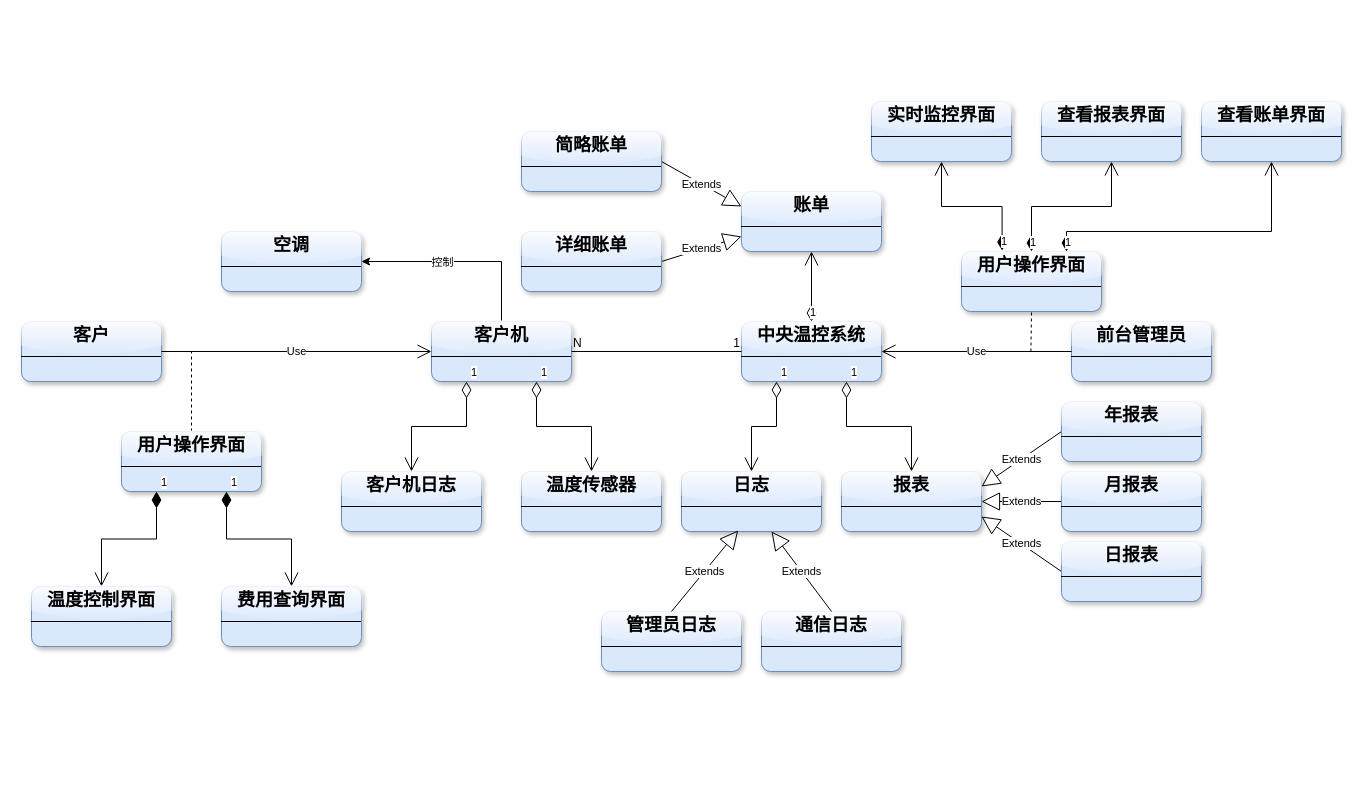
The draw.io diagram page "第 3 页" (3 of 3) of 软工绘图.drawio in RuspeciaNervld/DrawIO, before the edit. Source tidied: cells renumbered, new cells numbered last; positions are measured from the earlier drawing's top-left corner, leaving out a move shared by most shapes. Both pictures are drawn from the tidied source at 100%, with x=0, y=0 at pixel (21, 101).
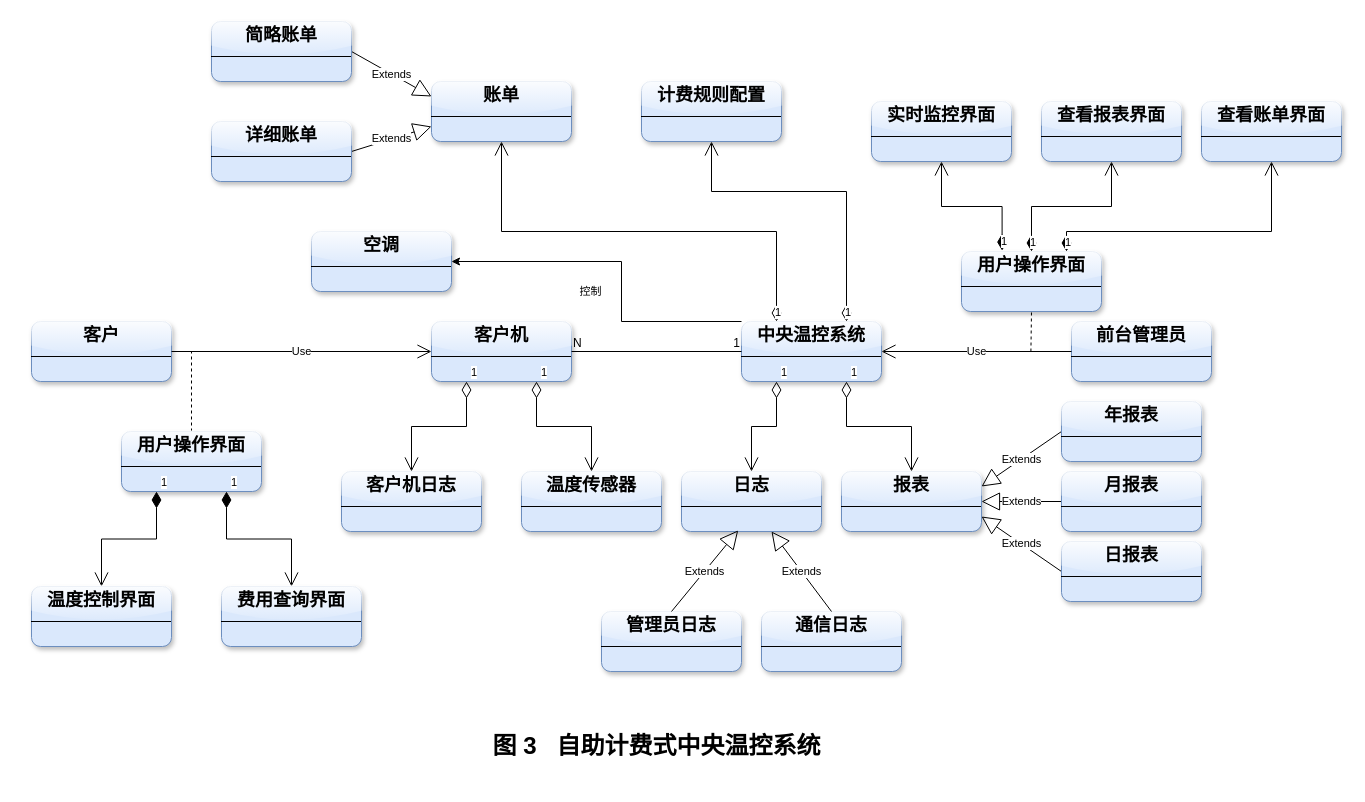
The same page after the edit.

The change refers to these unchanged cells:
```xml
<mxCell id="5" value="&lt;p style=&quot;margin: 4px 0px 0px; text-align: center; font-size: 18px;&quot;&gt;&lt;b&gt;客户机&lt;/b&gt;&lt;/p&gt;&lt;hr size=&quot;1&quot; style=&quot;border-style: solid; font-size: 18px;&quot;&gt;&lt;div style=&quot;height: 2px; font-size: 18px;&quot;&gt;&lt;/div&gt;" style="verticalAlign=top;align=left;overflow=fill;html=1;whiteSpace=wrap;fillColor=#dae8fc;rounded=1;shadow=1;glass=1;strokeColor=#6c8ebf;" parent="1" vertex="1">
  <mxGeometry x="410" y="220" width="140" height="60" as="geometry" />
</mxCell>
<mxCell id="9" value="&lt;p style=&quot;margin: 4px 0px 0px; text-align: center; font-size: 18px;&quot;&gt;&lt;b&gt;中央温控系统&lt;/b&gt;&lt;/p&gt;&lt;hr size=&quot;1&quot; style=&quot;border-style: solid; font-size: 18px;&quot;&gt;&lt;div style=&quot;height: 2px; font-size: 18px;&quot;&gt;&lt;/div&gt;" style="verticalAlign=top;align=left;overflow=fill;html=1;whiteSpace=wrap;fillColor=#dae8fc;rounded=1;shadow=1;glass=1;strokeColor=#6c8ebf;" parent="1" vertex="1">
  <mxGeometry x="720" y="220" width="140" height="60" as="geometry" />
</mxCell>
```

Diff of the diagram source:
```diff
@@
     <mxCell id="2" value="&lt;p style=&quot;margin: 4px 0px 0px; text-align: center; font-size: 18px;&quot;&gt;&lt;b style=&quot;&quot;&gt;&lt;font style=&quot;font-size: 18px;&quot;&gt;客户&lt;/font&gt;&lt;/b&gt;&lt;/p&gt;&lt;hr size=&quot;1&quot; style=&quot;border-style: solid; font-size: 18px;&quot;&gt;&lt;div style=&quot;height: 2px; font-size: 18px;&quot;&gt;&lt;/div&gt;" style="verticalAlign=top;align=left;overflow=fill;html=1;whiteSpace=wrap;fillColor=#dae8fc;rounded=1;shadow=1;glass=1;strokeColor=#6c8ebf;" parent="1" vertex="1">
-      <mxGeometry y="220" width="140" height="60" as="geometry" />
+      <mxGeometry x="10" y="220" width="140" height="60" as="geometry" />
     </mxCell>
-    <mxCell id="3" style="edgeStyle=orthogonalEdgeStyle;rounded=0;jettySize=auto;html=1;entryX=1;entryY=0.5;entryDx=0;entryDy=0;" parent="1" edge="1" source="5" target="37">
+    <mxCell id="3" style="edgeStyle=orthogonalEdgeStyle;rounded=0;jettySize=auto;html=1;entryX=1;entryY=0.5;entryDx=0;entryDy=0;exitX=0;exitY=0;exitDx=0;exitDy=0;" parent="1" edge="1" source="9" target="37">
       <mxGeometry relative="1" as="geometry">
         <Array as="points">
-          <mxPoint x="480" y="160" />
+          <mxPoint x="600" y="220" />
+          <mxPoint x="600" y="160" />
         </Array>
       </mxGeometry>
     </mxCell>
@@
-    <mxCell id="31" value="1" style="endArrow=open;html=1;endSize=12;startArrow=diamondThin;startSize=14;startFill=0;edgeStyle=orthogonalEdgeStyle;align=left;verticalAlign=bottom;rounded=0;exitX=0.5;exitY=0;exitDx=0;exitDy=0;entryX=0.5;entryY=1;entryDx=0;entryDy=0;" parent="1" edge="1" source="9" target="32">
+    <mxCell id="31" value="1" style="endArrow=open;html=1;endSize=12;startArrow=diamondThin;startSize=14;startFill=0;edgeStyle=orthogonalEdgeStyle;align=left;verticalAlign=bottom;rounded=0;exitX=0.25;exitY=0;exitDx=0;exitDy=0;entryX=0.5;entryY=1;entryDx=0;entryDy=0;" parent="1" edge="1" source="9" target="32">
       <mxGeometry x="-1" y="3" relative="1" as="geometry" />
     </mxCell>
     <mxCell id="32" value="&lt;p style=&quot;margin: 4px 0px 0px; text-align: center; font-size: 18px;&quot;&gt;&lt;b&gt;账单&lt;/b&gt;&lt;/p&gt;&lt;hr size=&quot;1&quot; style=&quot;border-style: solid; font-size: 18px;&quot;&gt;&lt;div style=&quot;height: 2px; font-size: 18px;&quot;&gt;&lt;/div&gt;" style="verticalAlign=top;align=left;overflow=fill;html=1;whiteSpace=wrap;fillColor=#dae8fc;rounded=1;shadow=1;glass=1;strokeColor=#6c8ebf;" parent="1" vertex="1">
-      <mxGeometry x="720" y="90" width="140" height="60" as="geometry" />
+      <mxGeometry x="410" y="-20" width="140" height="60" as="geometry" />
     </mxCell>
@@
     <mxCell id="35" value="&lt;p style=&quot;margin: 4px 0px 0px; text-align: center; font-size: 18px;&quot;&gt;&lt;b&gt;详细账单&lt;/b&gt;&lt;/p&gt;&lt;hr size=&quot;1&quot; style=&quot;border-style: solid; font-size: 18px;&quot;&gt;&lt;div style=&quot;height: 2px; font-size: 18px;&quot;&gt;&lt;/div&gt;" style="verticalAlign=top;align=left;overflow=fill;html=1;whiteSpace=wrap;fillColor=#dae8fc;rounded=1;shadow=1;glass=1;strokeColor=#6c8ebf;" parent="1" vertex="1">
-      <mxGeometry x="500" y="130" width="140" height="60" as="geometry" />
+      <mxGeometry x="190" y="20" width="140" height="60" as="geometry" />
     </mxCell>
     <mxCell id="36" value="&lt;p style=&quot;margin: 4px 0px 0px; text-align: center; font-size: 18px;&quot;&gt;&lt;b&gt;简略账单&lt;/b&gt;&lt;/p&gt;&lt;hr size=&quot;1&quot; style=&quot;border-style: solid; font-size: 18px;&quot;&gt;&lt;div style=&quot;height: 2px; font-size: 18px;&quot;&gt;&lt;/div&gt;" style="verticalAlign=top;align=left;overflow=fill;html=1;whiteSpace=wrap;fillColor=#dae8fc;rounded=1;shadow=1;glass=1;strokeColor=#6c8ebf;" parent="1" vertex="1">
-      <mxGeometry x="500" y="30" width="140" height="60" as="geometry" />
+      <mxGeometry x="190" y="-80" width="140" height="60" as="geometry" />
     </mxCell>
     <mxCell id="37" value="&lt;p style=&quot;margin: 4px 0px 0px; text-align: center; font-size: 18px;&quot;&gt;&lt;b&gt;空调&lt;/b&gt;&lt;/p&gt;&lt;hr size=&quot;1&quot; style=&quot;border-style: solid; font-size: 18px;&quot;&gt;&lt;div style=&quot;height: 2px; font-size: 18px;&quot;&gt;&lt;/div&gt;" style="verticalAlign=top;align=left;overflow=fill;html=1;whiteSpace=wrap;fillColor=#dae8fc;rounded=1;shadow=1;glass=1;strokeColor=#6c8ebf;" parent="1" vertex="1">
-      <mxGeometry x="200" y="130" width="140" height="60" as="geometry" />
+      <mxGeometry x="290" y="130" width="140" height="60" as="geometry" />
     </mxCell>
@@
+    <mxCell id="52" value="&lt;h2 style=&quot;font-size: 30px;&quot;&gt;&lt;br&gt;&lt;/h2&gt;" style="text;whiteSpace=wrap;html=1;fontSize=30;" parent="1" vertex="1">
+      <mxGeometry x="450" y="590" width="400" height="60" as="geometry" />
+    </mxCell>
+    <mxCell id="53" value="&lt;h1&gt;&lt;b&gt;图 3&amp;nbsp; &amp;nbsp;自助计费式中央温控系统&lt;/b&gt;&lt;/h1&gt;" style="text;html=1;align=center;verticalAlign=middle;strokeColor=none;fillColor=none;" parent="1" vertex="1">
+      <mxGeometry x="460" y="610" width="350" height="70" as="geometry" />
+    </mxCell>
+    <mxCell id="54" value="&lt;p style=&quot;margin: 4px 0px 0px; text-align: center; font-size: 18px;&quot;&gt;&lt;b&gt;计费规则配置&lt;/b&gt;&lt;/p&gt;&lt;hr size=&quot;1&quot; style=&quot;border-style: solid; font-size: 18px;&quot;&gt;&lt;div style=&quot;height: 2px; font-size: 18px;&quot;&gt;&lt;/div&gt;" style="verticalAlign=top;align=left;overflow=fill;html=1;whiteSpace=wrap;fillColor=#dae8fc;rounded=1;shadow=1;glass=1;strokeColor=#6c8ebf;" parent="1" vertex="1">
+      <mxGeometry x="620" y="-20" width="140" height="60" as="geometry" />
+    </mxCell>
+    <mxCell id="55" value="1" style="endArrow=open;html=1;endSize=12;startArrow=diamondThin;startSize=14;startFill=0;edgeStyle=orthogonalEdgeStyle;align=left;verticalAlign=bottom;exitX=0.75;exitY=0;exitDx=0;exitDy=0;entryX=0.5;entryY=1;entryDx=0;entryDy=0;rounded=0;curved=0;" parent="1" edge="1" source="9" target="54">
+      <mxGeometry x="-1" y="3" relative="1" as="geometry">
+        <Array as="points">
+          <mxPoint x="825" y="90" />
+          <mxPoint x="690" y="90" />
+        </Array>
+      </mxGeometry>
+    </mxCell>
```
